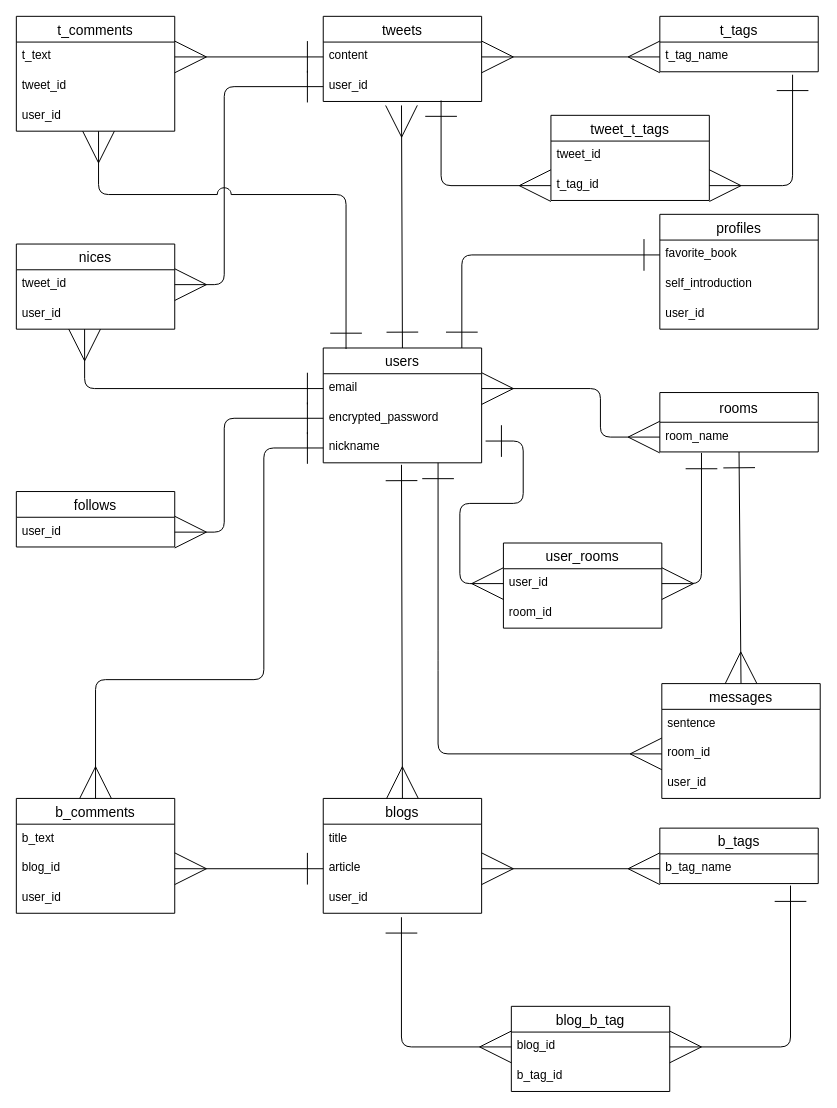
Before: datebase.dio in SeiyaTanio/bookdisc, a draw.io diagram. Source tidied: cells renumbered, new cells numbered last; positions are measured from the earlier drawing's top-left corner, leaving out a move shared by most shapes. Both pictures are drawn from the tidied source at 99%, with x=0, y=0 at pixel (16, 16).
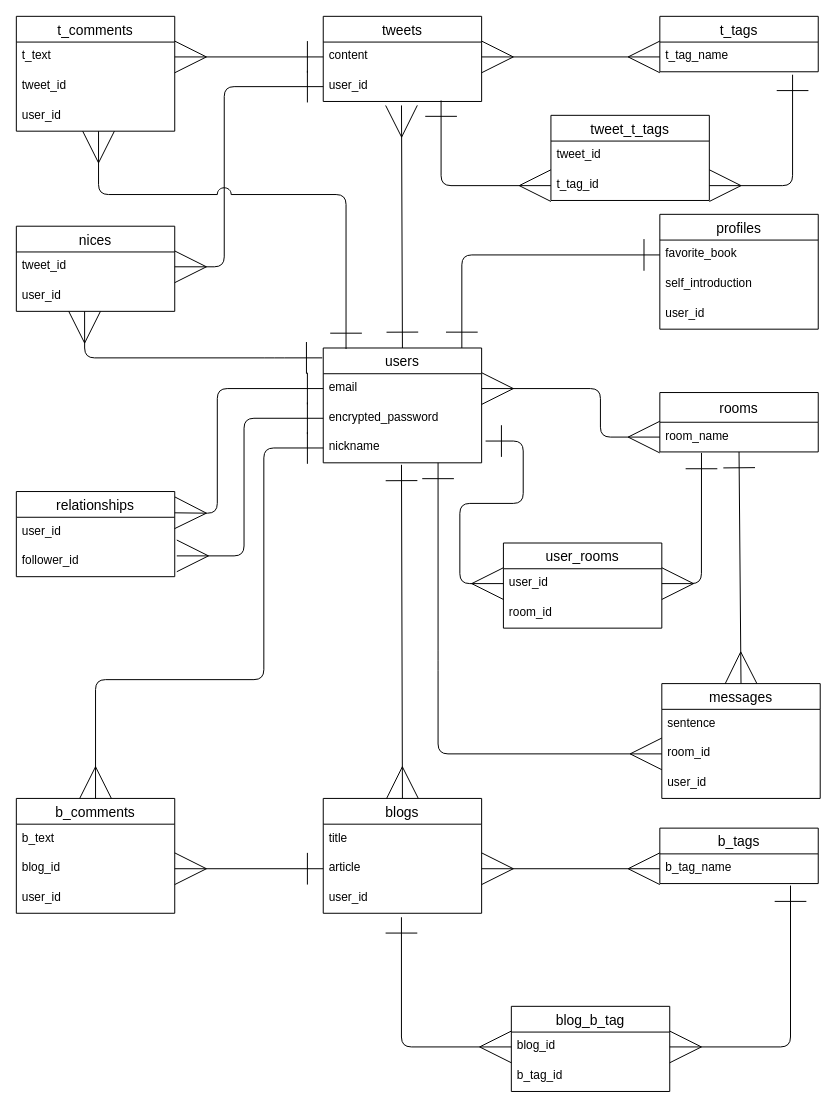
Above is the later version.

Commit message (it also covers changes not shown here):
ER図、READMEの修正

Unchanged cells that the change refers to:
```xml
<mxCell id="3" value="users" style="swimlane;fontStyle=0;horizontal=1;startSize=26;align=center;fontSize=14;" parent="1" vertex="1">
  <mxGeometry x="310" y="335" width="160" height="116" as="geometry" />
</mxCell>
<mxCell id="4" value="email" style="text;strokeColor=none;fillColor=none;spacingLeft=4;spacingRight=4;overflow=hidden;points=[[0,0.5],[1,0.5]];portConstraint=eastwest;fontSize=12;" parent="3" vertex="1">
  <mxGeometry y="26" width="160" height="30" as="geometry" />
</mxCell>
<mxCell id="5" value="encrypted_password" style="text;strokeColor=none;fillColor=none;spacingLeft=4;spacingRight=4;overflow=hidden;points=[[0,0.5],[1,0.5]];portConstraint=eastwest;fontSize=12;" parent="3" vertex="1">
  <mxGeometry y="56" width="160" height="30" as="geometry" />
</mxCell>
<mxCell id="9" value="user_id" style="text;strokeColor=none;fillColor=none;spacingLeft=4;spacingRight=4;overflow=hidden;points=[[0,0.5],[1,0.5]];portConstraint=eastwest;fontSize=12;" parent="7" vertex="1">
  <mxGeometry y="56" width="160" height="30" as="geometry" />
</mxCell>
<mxCell id="23" value="tweet_id" style="text;strokeColor=none;fillColor=none;spacingLeft=4;spacingRight=4;overflow=hidden;points=[[0,0.5],[1,0.5]];portConstraint=eastwest;fontSize=12;" parent="22" vertex="1">
  <mxGeometry y="26" width="160" height="30" as="geometry" />
</mxCell>
<mxCell id="24" value="user_id" style="text;strokeColor=none;fillColor=none;spacingLeft=4;spacingRight=4;overflow=hidden;points=[[0,0.5],[1,0.5]];portConstraint=eastwest;fontSize=12;" parent="22" vertex="1">
  <mxGeometry y="56" width="160" height="30" as="geometry" />
</mxCell>
```

Change to the diagram source:
```diff
@@
-    <mxCell id="20" value="follows" style="swimlane;fontStyle=0;horizontal=1;startSize=26;align=center;fontSize=14;" parent="1" vertex="1">
-      <mxGeometry y="480" width="160" height="56" as="geometry" />
+    <mxCell id="20" value="relationships" style="swimlane;fontStyle=0;horizontal=1;startSize=26;align=center;fontSize=14;" parent="1" vertex="1">
+      <mxGeometry y="480" width="160" height="86" as="geometry" />
     </mxCell>
+    <mxCell id="70" value="user_id" style="text;strokeColor=none;fillColor=none;spacingLeft=4;spacingRight=4;overflow=hidden;fontSize=12;" parent="20" vertex="1">
+      <mxGeometry y="26" width="160" height="30" as="geometry" />
+    </mxCell>
-    <mxCell id="21" value="user_id" style="text;strokeColor=none;fillColor=none;spacingLeft=4;spacingRight=4;overflow=hidden;points=[[0,0.5],[1,0.5]];portConstraint=eastwest;fontSize=12;" parent="20" vertex="1">
-      <mxGeometry y="26" width="160" height="30" as="geometry" />
+    <mxCell id="21" value="follower_id" style="text;strokeColor=none;fillColor=none;spacingLeft=4;spacingRight=4;overflow=hidden;points=[[0,0.5],[1,0.5]];portConstraint=eastwest;fontSize=12;" parent="20" vertex="1">
+      <mxGeometry y="56" width="160" height="30" as="geometry" />
     </mxCell>
     <mxCell id="22" value="nices" style="swimlane;fontStyle=0;horizontal=1;startSize=26;align=center;fontSize=14;" parent="1" vertex="1">
-      <mxGeometry y="230" width="160" height="86" as="geometry" />
+      <mxGeometry y="212" width="160" height="86" as="geometry" />
     </mxCell>
@@
     <mxCell id="46" style="edgeStyle=none;html=1;exitX=0;exitY=0.5;exitDx=0;exitDy=0;entryX=1;entryY=0.5;entryDx=0;entryDy=0;startArrow=ERone;startFill=0;endArrow=ERmany;endFill=0;startSize=30;endSize=30;jumpStyle=arc;" parent="1" edge="1" source="9" target="23">
       <mxGeometry relative="1" as="geometry">
         <Array as="points">
           <mxPoint x="210" y="71" />
-          <mxPoint x="210" y="271" />
+          <mxPoint x="210" y="253" />
         </Array>
       </mxGeometry>
     </mxCell>
-    <mxCell id="47" style="edgeStyle=none;html=1;exitX=1;exitY=0.5;exitDx=0;exitDy=0;entryX=0;entryY=0.5;entryDx=0;entryDy=0;startArrow=ERmany;startFill=0;endArrow=ERone;endFill=0;startSize=30;endSize=30;" parent="1" edge="1" source="21" target="5">
+    <mxCell id="47" style="edgeStyle=none;html=1;entryX=0;entryY=0.5;entryDx=0;entryDy=0;startArrow=ERmany;startFill=0;endArrow=ERone;endFill=0;startSize=30;endSize=30;exitX=1.013;exitY=0.3;exitDx=0;exitDy=0;exitPerimeter=0;" parent="1" edge="1" source="21" target="5">
       <mxGeometry relative="1" as="geometry">
         <Array as="points">
-          <mxPoint x="210" y="521" />
-          <mxPoint x="210" y="406" />
+          <mxPoint x="230" y="545" />
+          <mxPoint x="230" y="406" />
         </Array>
       </mxGeometry>
     </mxCell>
@@
-    <mxCell id="49" style="edgeStyle=none;html=1;exitX=0.431;exitY=1;exitDx=0;exitDy=0;entryX=0;entryY=0.5;entryDx=0;entryDy=0;startArrow=ERmany;startFill=0;endArrow=ERone;endFill=0;startSize=30;endSize=30;exitPerimeter=0;" parent="1" edge="1" source="24" target="4">
+    <mxCell id="49" style="edgeStyle=none;html=1;exitX=0.431;exitY=1;exitDx=0;exitDy=0;entryX=-0.006;entryY=0.086;entryDx=0;entryDy=0;startArrow=ERmany;startFill=0;endArrow=ERone;endFill=0;startSize=30;endSize=30;exitPerimeter=0;entryPerimeter=0;" parent="1" edge="1" source="24" target="3">
       <mxGeometry relative="1" as="geometry">
         <Array as="points">
-          <mxPoint x="69" y="376" />
+          <mxPoint x="69" y="345" />
+          <mxPoint x="261" y="345" />
         </Array>
       </mxGeometry>
     </mxCell>
@@
+    <mxCell id="71" style="edgeStyle=none;html=1;exitX=0;exitY=0.5;exitDx=0;exitDy=0;entryX=1;entryY=0.25;entryDx=0;entryDy=0;startArrow=ERone;startFill=0;endSize=30;endArrow=ERmany;endFill=0;startSize=30;" parent="1" edge="1" source="4" target="20">
+      <mxGeometry relative="1" as="geometry">
+        <Array as="points">
+          <mxPoint x="203" y="376" />
+          <mxPoint x="203" y="502" />
+        </Array>
+      </mxGeometry>
+    </mxCell>
```
